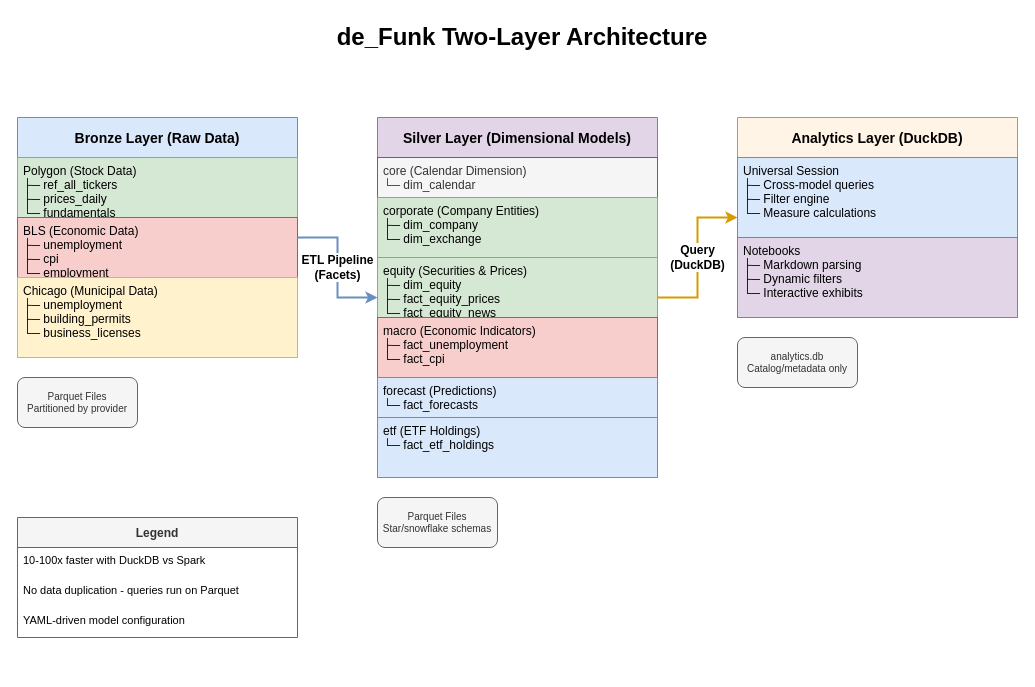
Before: docs/architecture-diagram.drawio in chntr456/de_Funk, a draw.io diagram. Source tidied: cells renumbered, new cells numbered last; positions are measured from the earlier drawing's top-left corner, leaving out a move shared by most shapes. Both pictures are drawn from the tidied source at 100%, with x=0, y=0 at pixel (17, 17).
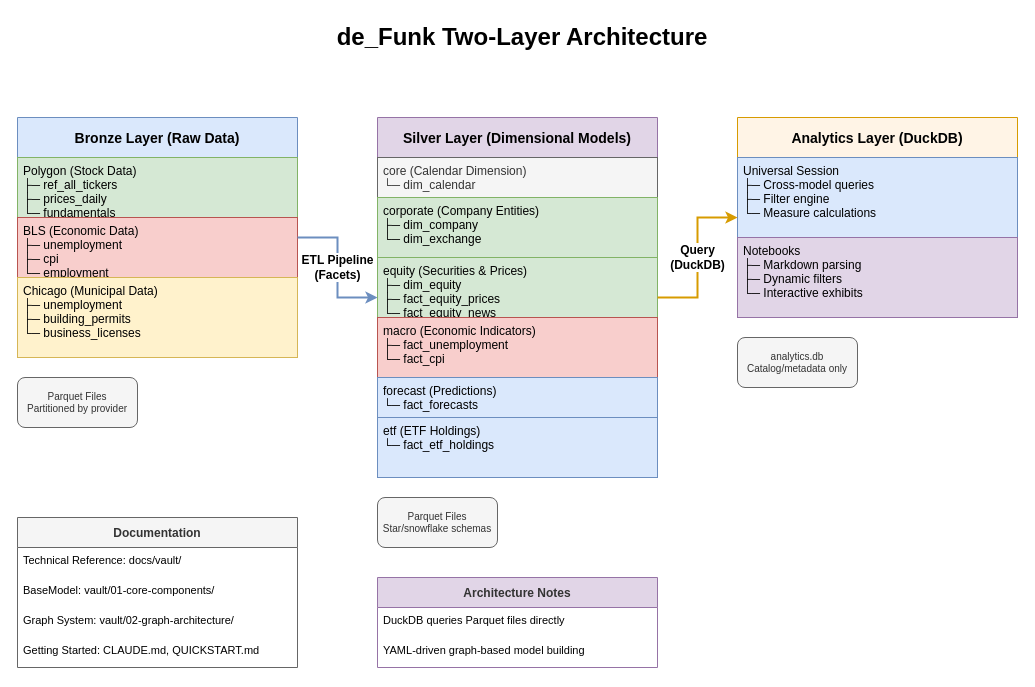
After the change.

Diff of the diagram source:
```diff
@@
-    <mxCell id="22" value="Legend" style="swimlane;fontStyle=1;horizontal=1;startSize=30;fillColor=#f5f5f5;strokeColor=#666666;fontSize=12;fontColor=#333333;" parent="1" vertex="1">
-      <mxGeometry y="500" width="280" height="120" as="geometry" />
-    </mxCell>
-    <mxCell id="23" value="10-100x faster with DuckDB vs Spark" style="text;strokeColor=none;fillColor=none;align=left;verticalAlign=top;spacingLeft=4;spacingRight=4;overflow=hidden;fontSize=11;" parent="22" vertex="1">
-      <mxGeometry y="30" width="280" height="30" as="geometry" />
-    </mxCell>
-    <mxCell id="24" value="No data duplication - queries run on Parquet" style="text;strokeColor=none;fillColor=none;align=left;verticalAlign=top;spacingLeft=4;spacingRight=4;overflow=hidden;fontSize=11;" parent="22" vertex="1">
-      <mxGeometry y="60" width="280" height="30" as="geometry" />
-    </mxCell>
-    <mxCell id="25" value="YAML-driven model configuration" style="text;strokeColor=none;fillColor=none;align=left;verticalAlign=top;spacingLeft=4;spacingRight=4;overflow=hidden;fontSize=11;" parent="22" vertex="1">
-      <mxGeometry y="90" width="280" height="30" as="geometry" />
-    </mxCell>
+    <mxCell id="26" value="Documentation" style="swimlane;fontStyle=1;horizontal=1;startSize=30;fillColor=#f5f5f5;strokeColor=#666666;fontSize=12;fontColor=#333333;" parent="1" vertex="1">
+      <mxGeometry y="500" width="280" height="150" as="geometry" />
+    </mxCell>
+    <mxCell id="27" value="Technical Reference: docs/vault/" style="text;strokeColor=none;fillColor=none;align=left;verticalAlign=top;spacingLeft=4;spacingRight=4;overflow=hidden;fontSize=11;" parent="26" vertex="1">
+      <mxGeometry y="30" width="280" height="30" as="geometry" />
+    </mxCell>
+    <mxCell id="28" value="BaseModel: vault/01-core-components/" style="text;strokeColor=none;fillColor=none;align=left;verticalAlign=top;spacingLeft=4;spacingRight=4;overflow=hidden;fontSize=11;" parent="26" vertex="1">
+      <mxGeometry y="60" width="280" height="30" as="geometry" />
+    </mxCell>
+    <mxCell id="29" value="Graph System: vault/02-graph-architecture/" style="text;strokeColor=none;fillColor=none;align=left;verticalAlign=top;spacingLeft=4;spacingRight=4;overflow=hidden;fontSize=11;" parent="26" vertex="1">
+      <mxGeometry y="90" width="280" height="30" as="geometry" />
+    </mxCell>
+    <mxCell id="30" value="Getting Started: CLAUDE.md, QUICKSTART.md" style="text;strokeColor=none;fillColor=none;align=left;verticalAlign=top;spacingLeft=4;spacingRight=4;overflow=hidden;fontSize=11;" parent="26" vertex="1">
+      <mxGeometry y="120" width="280" height="30" as="geometry" />
+    </mxCell>
+    <mxCell id="31" value="Architecture Notes" style="swimlane;fontStyle=1;horizontal=1;startSize=30;fillColor=#e1d5e7;strokeColor=#9673a6;fontSize=12;fontColor=#333333;" parent="1" vertex="1">
+      <mxGeometry x="360" y="560" width="280" height="90" as="geometry" />
+    </mxCell>
+    <mxCell id="32" value="DuckDB queries Parquet files directly" style="text;strokeColor=none;fillColor=none;align=left;verticalAlign=top;spacingLeft=4;spacingRight=4;overflow=hidden;fontSize=11;" parent="31" vertex="1">
+      <mxGeometry y="30" width="280" height="30" as="geometry" />
+    </mxCell>
+    <mxCell id="33" value="YAML-driven graph-based model building" style="text;strokeColor=none;fillColor=none;align=left;verticalAlign=top;spacingLeft=4;spacingRight=4;overflow=hidden;fontSize=11;" parent="31" vertex="1">
+      <mxGeometry y="60" width="280" height="30" as="geometry" />
+    </mxCell>
```
